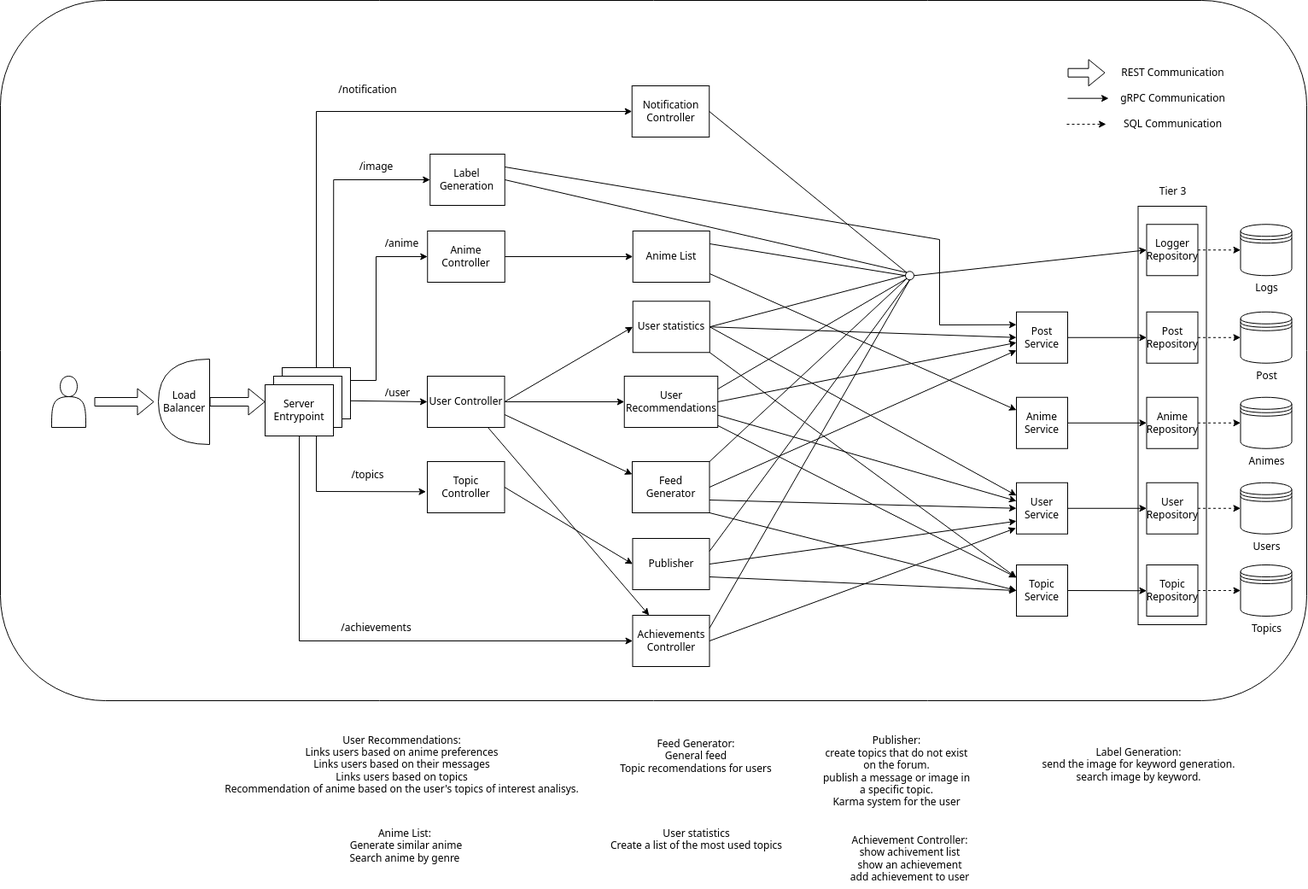
Above: draw.png in GoncaloP0710/Ani-F0rum (draw.io), before the change. Source tidied: cells renumbered, new cells last; positions are measured from the earlier drawing's top-left corner, leaving out a move shared by most shapes.
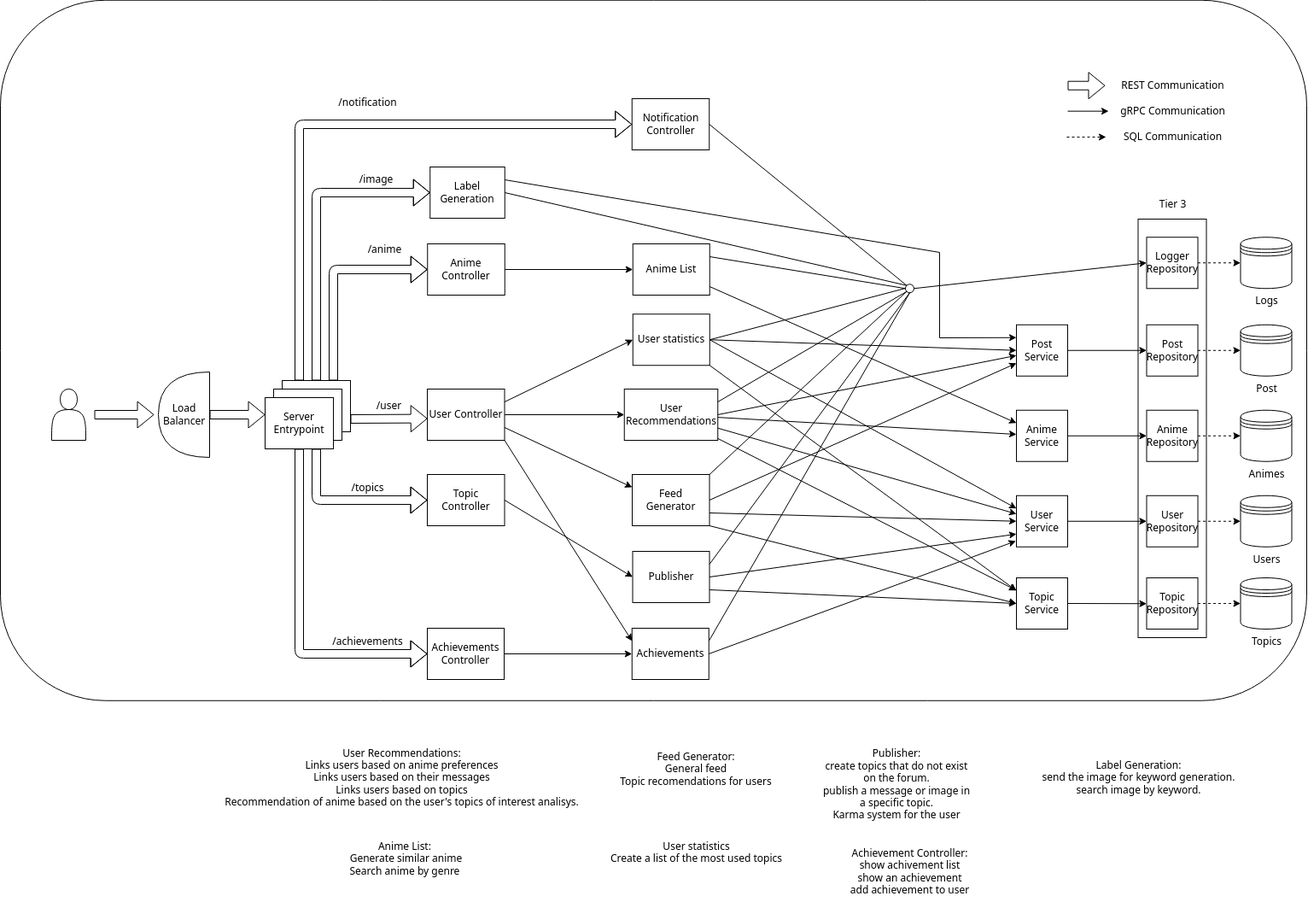
Later version of the same file.

The edit, as a diff of the source:
```diff
@@ -3,7 +3,7 @@
     <mxCell id="0" />
     <mxCell id="1" parent="0" />
     <mxCell id="2" style="rounded=1;whiteSpace=wrap;html=1;" parent="1" vertex="1">
-      <mxGeometry width="1530" height="820" as="geometry" />
+      <mxGeometry y="-15.2" width="1530" height="820" as="geometry" />
     </mxCell>
     <mxCell id="3" style="rounded=0;whiteSpace=wrap;html=1;" parent="1" vertex="1">
       <mxGeometry x="1332.5" y="241" width="80" height="490" as="geometry" />
@@ -111,13 +111,6 @@
         <mxPoint x="1342.5" y="691.2" as="targetPoint" />
       </mxGeometry>
     </mxCell>
-    <mxCell id="36" style="endArrow=classic;html=1;exitX=0.75;exitY=0;exitDx=0;exitDy=0;entryX=0;entryY=0.5;entryDx=0;entryDy=0;rounded=0;curved=0;" parent="1" edge="1" source="8" target="23">
-      <mxGeometry relative="1" as="geometry">
-        <Array as="points">
-          <mxPoint x="390.2" y="210" />
-        </Array>
-      </mxGeometry>
-    </mxCell>
     <mxCell id="37" value="Publisher" style="rounded=0;whiteSpace=wrap;html=1;" parent="1" vertex="1">
       <mxGeometry x="740.5" y="630" width="90" height="60" as="geometry" />
     </mxCell>
@@ -128,7 +121,7 @@
       <mxGeometry x="740" y="540" width="90.5" height="60" as="geometry" />
     </mxCell>
     <mxCell id="40" value="Achievements&lt;div&gt;Controller&lt;/div&gt;" style="rounded=0;whiteSpace=wrap;html=1;" parent="1" vertex="1">
-      <mxGeometry x="740.5" y="720" width="90" height="60" as="geometry" />
+      <mxGeometry x="500" y="720" width="90" height="60" as="geometry" />
     </mxCell>
     <mxCell id="41" style="endArrow=classic;html=1;entryX=0;entryY=0.5;entryDx=0;entryDy=0;exitX=1;exitY=0.75;exitDx=0;exitDy=0;" parent="1" edge="1" source="39" target="30">
       <mxGeometry relative="1" as="geometry" />
@@ -145,14 +138,6 @@
     <mxCell id="45" style="endArrow=classic;html=1;entryX=0;entryY=0.5;entryDx=0;entryDy=0;exitX=1;exitY=0.5;exitDx=0;exitDy=0;" parent="1" edge="1" source="44" target="37">
       <mxGeometry relative="1" as="geometry" />
     </mxCell>
-    <mxCell id="46" style="endArrow=classic;html=1;exitX=1;exitY=0.25;exitDx=0;exitDy=0;entryX=0;entryY=0.5;entryDx=0;entryDy=0;rounded=0;curved=0;" parent="1" edge="1" source="8" target="47">
-      <mxGeometry relative="1" as="geometry">
-        <Array as="points">
-          <mxPoint x="440" y="445" />
-          <mxPoint x="440" y="300" />
-        </Array>
-      </mxGeometry>
-    </mxCell>
     <mxCell id="47" value="Anime Controller" style="rounded=0;whiteSpace=wrap;html=1;" parent="1" vertex="1">
       <mxGeometry x="500.2" y="270" width="90.5" height="60" as="geometry" />
     </mxCell>
@@ -165,45 +150,21 @@
     <mxCell id="50" value="User Controller" style="rounded=0;whiteSpace=wrap;html=1;" parent="1" vertex="1">
       <mxGeometry x="500" y="440" width="90.5" height="60" as="geometry" />
     </mxCell>
-    <mxCell id="51" style="endArrow=classic;html=1;exitX=0.5;exitY=0;exitDx=0;exitDy=0;rounded=0;curved=0;" parent="1" edge="1" source="8" target="49">
-      <mxGeometry relative="1" as="geometry">
-        <Array as="points">
-          <mxPoint x="370" y="130" />
-        </Array>
-      </mxGeometry>
-    </mxCell>
     <mxCell id="52" value="/achievements" style="text;html=1;align=center;verticalAlign=middle;strokeColor=none;fillColor=none;" parent="1" vertex="1">
-      <mxGeometry x="390" y="720" width="100" height="30" as="geometry" />
+      <mxGeometry x="380" y="721" width="100" height="30" as="geometry" />
     </mxCell>
-    <mxCell id="53" style="endArrow=classic;html=1;exitX=1;exitY=0.647;exitDx=0;exitDy=0;entryX=0;entryY=0.5;entryDx=0;entryDy=0;exitPerimeter=0;" parent="1" edge="1" source="8" target="50">
-      <mxGeometry relative="1" as="geometry" />
-    </mxCell>
     <mxCell id="54" value="/user" style="text;html=1;align=center;verticalAlign=middle;strokeColor=none;fillColor=none;" parent="1" vertex="1">
-      <mxGeometry x="440" y="445" width="50" height="30" as="geometry" />
+      <mxGeometry x="430" y="445" width="50" height="30" as="geometry" />
     </mxCell>
-    <mxCell id="55" style="endArrow=classic;html=1;entryX=-0.017;entryY=0.588;entryDx=0;entryDy=0;entryPerimeter=0;rounded=0;curved=0;exitX=0.75;exitY=1;exitDx=0;exitDy=0;" parent="1" edge="1" source="10" target="44">
-      <mxGeometry relative="1" as="geometry">
-        <Array as="points">
-          <mxPoint x="370" y="575" />
-        </Array>
-      </mxGeometry>
-    </mxCell>
     <mxCell id="56" value="/topics" style="text;html=1;align=center;verticalAlign=middle;strokeColor=none;fillColor=none;" parent="1" vertex="1">
       <mxGeometry x="400" y="541" width="60" height="30" as="geometry" />
     </mxCell>
     <mxCell id="57" value="/anime" style="text;html=1;align=center;verticalAlign=middle;strokeColor=none;fillColor=none;" parent="1" vertex="1">
-      <mxGeometry x="440.2" y="270" width="60" height="30" as="geometry" />
+      <mxGeometry x="420" y="262.2" width="60" height="30" as="geometry" />
     </mxCell>
     <mxCell id="58" value="User&lt;div&gt;Recommendations&lt;/div&gt;" style="rounded=0;whiteSpace=wrap;html=1;" parent="1" vertex="1">
       <mxGeometry x="730.8" y="440" width="109.5" height="60" as="geometry" />
     </mxCell>
-    <mxCell id="59" style="endArrow=classic;html=1;entryX=0;entryY=0.5;entryDx=0;entryDy=0;exitX=0.5;exitY=1;exitDx=0;exitDy=0;rounded=0;curved=0;" parent="1" edge="1" source="10" target="40">
-      <mxGeometry relative="1" as="geometry">
-        <Array as="points">
-          <mxPoint x="350" y="750" />
-        </Array>
-      </mxGeometry>
-    </mxCell>
     <mxCell id="60" style="endArrow=classic;html=1;" parent="1" edge="1" source="50" target="58">
       <mxGeometry relative="1" as="geometry" />
     </mxCell>
@@ -213,7 +174,7 @@
     <mxCell id="62" style="endArrow=classic;html=1;exitX=1;exitY=0.5;exitDx=0;exitDy=0;" parent="1" edge="1" source="58" target="27">
       <mxGeometry relative="1" as="geometry" />
     </mxCell>
-    <mxCell id="63" style="endArrow=classic;html=1;exitX=1;exitY=0.5;exitDx=0;exitDy=0;entryX=-0.011;entryY=0.886;entryDx=0;entryDy=0;entryPerimeter=0;" parent="1" edge="1" source="40" target="30">
+    <mxCell id="63" style="endArrow=classic;html=1;exitX=1;exitY=0.5;exitDx=0;exitDy=0;entryX=-0.011;entryY=0.886;entryDx=0;entryDy=0;entryPerimeter=0;" parent="1" edge="1" source="107" target="30">
       <mxGeometry relative="1" as="geometry" />
     </mxCell>
     <mxCell id="64" style="endArrow=classic;html=1;entryX=0;entryY=0.75;entryDx=0;entryDy=0;exitX=1;exitY=0.5;exitDx=0;exitDy=0;" parent="1" edge="1" source="39" target="27">
@@ -243,7 +204,7 @@
     <mxCell id="72" style="endArrow=none;html=1;entryX=0.5;entryY=1;entryDx=0;entryDy=0;exitX=1;exitY=0.25;exitDx=0;exitDy=0;" parent="1" edge="1" source="37" target="69">
       <mxGeometry relative="1" as="geometry" />
     </mxCell>
-    <mxCell id="73" style="endArrow=none;html=1;entryX=0.5;entryY=1;entryDx=0;entryDy=0;exitX=1;exitY=0.25;exitDx=0;exitDy=0;" parent="1" edge="1" source="40" target="69">
+    <mxCell id="73" style="endArrow=none;html=1;entryX=0.5;entryY=1;entryDx=0;entryDy=0;exitX=1;exitY=0.25;exitDx=0;exitDy=0;" parent="1" edge="1" source="107" target="69">
       <mxGeometry relative="1" as="geometry" />
     </mxCell>
     <mxCell id="74" style="endArrow=none;html=1;entryX=1;entryY=0.5;entryDx=0;entryDy=0;exitX=0;exitY=0;exitDx=0;exitDy=0;" parent="1" edge="1" source="69" target="49">
@@ -285,7 +246,7 @@
         <mxPoint x="1298" y="114.7" as="targetPoint" />
       </mxGeometry>
     </mxCell>
-    <mxCell id="85" style="endArrow=classic;html=1;" parent="1" edge="1" source="50" target="40">
+    <mxCell id="85" style="endArrow=classic;html=1;entryX=0;entryY=0.25;entryDx=0;entryDy=0;exitX=1;exitY=1;exitDx=0;exitDy=0;" parent="1" edge="1" source="50" target="107">
       <mxGeometry relative="1" as="geometry" />
     </mxCell>
     <mxCell id="86" style="endArrow=classic;html=1;entryX=0;entryY=0.5;entryDx=0;entryDy=0;exitX=1;exitY=0.5;exitDx=0;exitDy=0;dashed=1;" parent="1" edge="1" source="26" target="24">
@@ -315,7 +276,7 @@
     <mxCell id="93" value="User statistics" style="rounded=0;whiteSpace=wrap;html=1;" parent="1" vertex="1">
       <mxGeometry x="740.8" y="352.2" width="90" height="60" as="geometry" />
     </mxCell>
-    <mxCell id="94" style="endArrow=classic;html=1;entryX=0;entryY=0.5;entryDx=0;entryDy=0;exitX=1;exitY=0.5;exitDx=0;exitDy=0;" parent="1" edge="1" source="50" target="93">
+    <mxCell id="94" style="endArrow=classic;html=1;entryX=0;entryY=0.5;entryDx=0;entryDy=0;exitX=1;exitY=0.25;exitDx=0;exitDy=0;" parent="1" edge="1" source="50" target="93">
       <mxGeometry relative="1" as="geometry" />
     </mxCell>
     <mxCell id="95" style="endArrow=classic;html=1;entryX=0;entryY=0.5;entryDx=0;entryDy=0;exitX=1;exitY=0.5;exitDx=0;exitDy=0;" parent="1" edge="1" source="93" target="27">
@@ -361,5 +322,52 @@
     <mxCell id="106" style="endArrow=none;html=1;entryX=0;entryY=0;entryDx=0;entryDy=0;exitX=1;exitY=0.5;exitDx=0;exitDy=0;" parent="1" edge="1" source="23" target="69">
       <mxGeometry relative="1" as="geometry" />
     </mxCell>
+    <mxCell id="107" value="Achievements" style="rounded=0;whiteSpace=wrap;html=1;" parent="1" vertex="1">
+      <mxGeometry x="739.8" y="720" width="90" height="60" as="geometry" />
+    </mxCell>
+    <mxCell id="108" style="endArrow=classic;html=1;entryX=0;entryY=0.5;entryDx=0;entryDy=0;" parent="1" edge="1" source="40" target="107">
+      <mxGeometry relative="1" as="geometry" />
+    </mxCell>
+    <mxCell id="51" style="shape=flexArrow;endArrow=classic;html=1;exitX=0.25;exitY=0;exitDx=0;exitDy=0;entryX=0;entryY=0.5;entryDx=0;entryDy=0;" parent="1" edge="1" source="8" target="49">
+      <mxGeometry relative="1" as="geometry">
+        <Array as="points">
+          <mxPoint x="350" y="130" />
+        </Array>
+      </mxGeometry>
+    </mxCell>
+    <mxCell id="36" style="shape=flexArrow;endArrow=classic;html=1;exitX=0.5;exitY=0;exitDx=0;exitDy=0;entryX=0;entryY=0.5;entryDx=0;entryDy=0;" parent="1" edge="1" source="8" target="23">
+      <mxGeometry relative="1" as="geometry">
+        <Array as="points">
+          <mxPoint x="370" y="210" />
+        </Array>
+      </mxGeometry>
+    </mxCell>
+    <mxCell id="46" style="shape=flexArrow;endArrow=classic;html=1;entryX=0;entryY=0.5;entryDx=0;entryDy=0;exitX=0.75;exitY=0;exitDx=0;exitDy=0;" parent="1" edge="1" source="8" target="47">
+      <mxGeometry relative="1" as="geometry">
+        <Array as="points">
+          <mxPoint x="390" y="300" />
+        </Array>
+      </mxGeometry>
+    </mxCell>
+    <mxCell id="53" style="shape=flexArrow;endArrow=classic;html=1;exitX=1;exitY=0.75;exitDx=0;exitDy=0;entryX=0.002;entryY=0.576;entryDx=0;entryDy=0;entryPerimeter=0;" parent="1" edge="1" source="8" target="50">
+      <mxGeometry relative="1" as="geometry" />
+    </mxCell>
+    <mxCell id="55" style="shape=flexArrow;endArrow=classic;html=1;exitX=0.75;exitY=1;exitDx=0;exitDy=0;entryX=0;entryY=0.5;entryDx=0;entryDy=0;" parent="1" edge="1" source="10" target="44">
+      <mxGeometry relative="1" as="geometry">
+        <Array as="points">
+          <mxPoint x="370" y="570" />
+        </Array>
+      </mxGeometry>
+    </mxCell>
+    <mxCell id="59" style="shape=flexArrow;endArrow=classic;html=1;exitX=0.5;exitY=1;exitDx=0;exitDy=0;entryX=0;entryY=0.5;entryDx=0;entryDy=0;" parent="1" edge="1" source="10" target="40">
+      <mxGeometry relative="1" as="geometry">
+        <Array as="points">
+          <mxPoint x="350" y="750" />
+        </Array>
+      </mxGeometry>
+    </mxCell>
+    <mxCell id="109" style="endArrow=classic;html=1;" parent="1" edge="1" source="58" target="29">
+      <mxGeometry relative="1" as="geometry" />
+    </mxCell>
   </root>
 </mxGraphModel>
```
